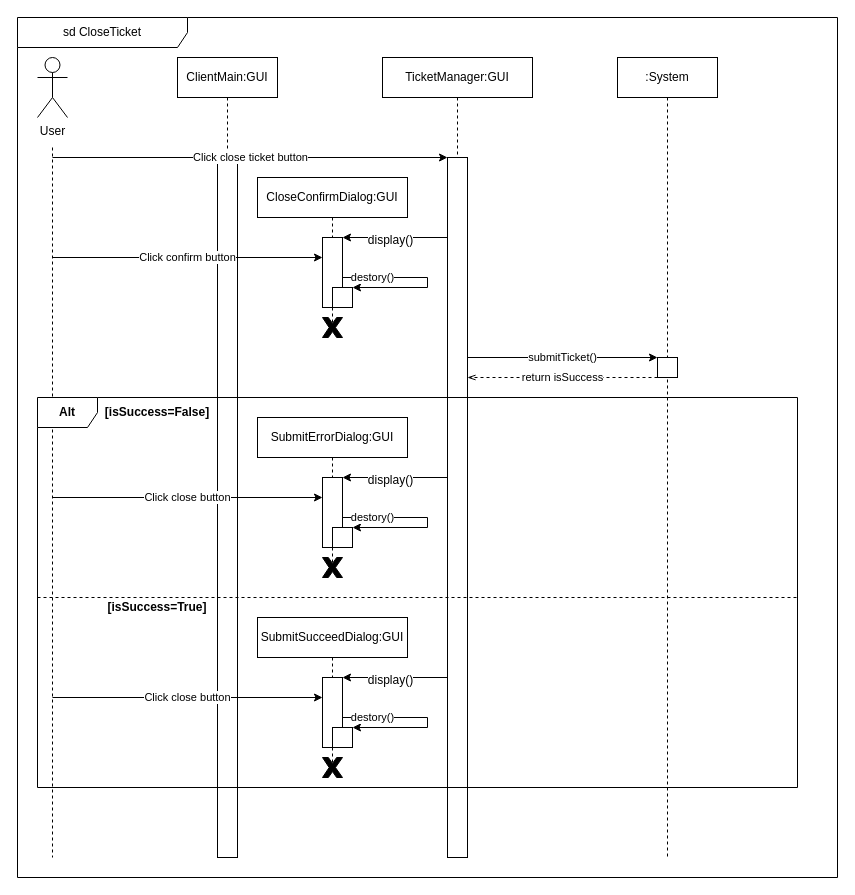
Before: page "关闭服务单" (2 of 29) of 需求规格说明书/Ishgrina/img/动态模型.drawio in Isatronia/e-life_TicketManager, a draw.io diagram. Source tidied: cells renumbered, new cells numbered last; positions are measured from the earlier drawing's top-left corner, leaving out a move shared by most shapes. Both pictures are drawn from the tidied source at 100%, with x=0, y=0 at pixel (17, 17).
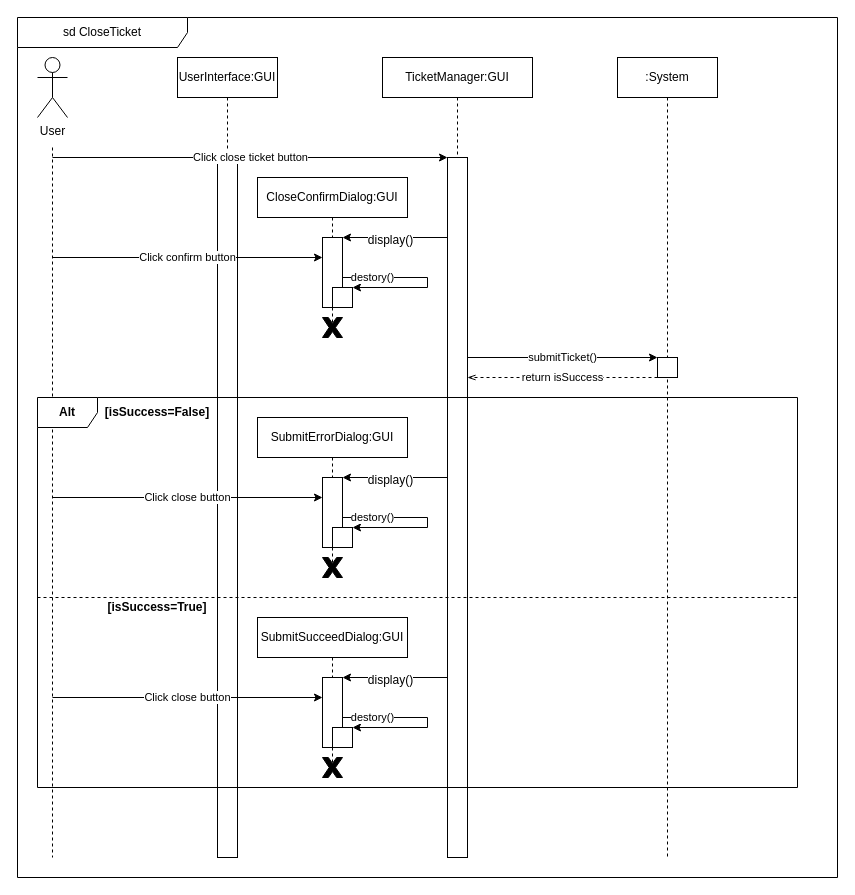
The same page after the edit.

Change to the diagram source:
```diff
@@
-    <mxCell id="4" value="ClientMain:GUI" style="shape=umlLifeline;perimeter=lifelinePerimeter;whiteSpace=wrap;html=1;" parent="1" vertex="1">
+    <mxCell id="4" value="UserInterface:GUI" style="shape=umlLifeline;perimeter=lifelinePerimeter;whiteSpace=wrap;html=1;" parent="1" vertex="1">
       <mxGeometry x="160" y="40" width="100" height="620" as="geometry" />
     </mxCell>
```
